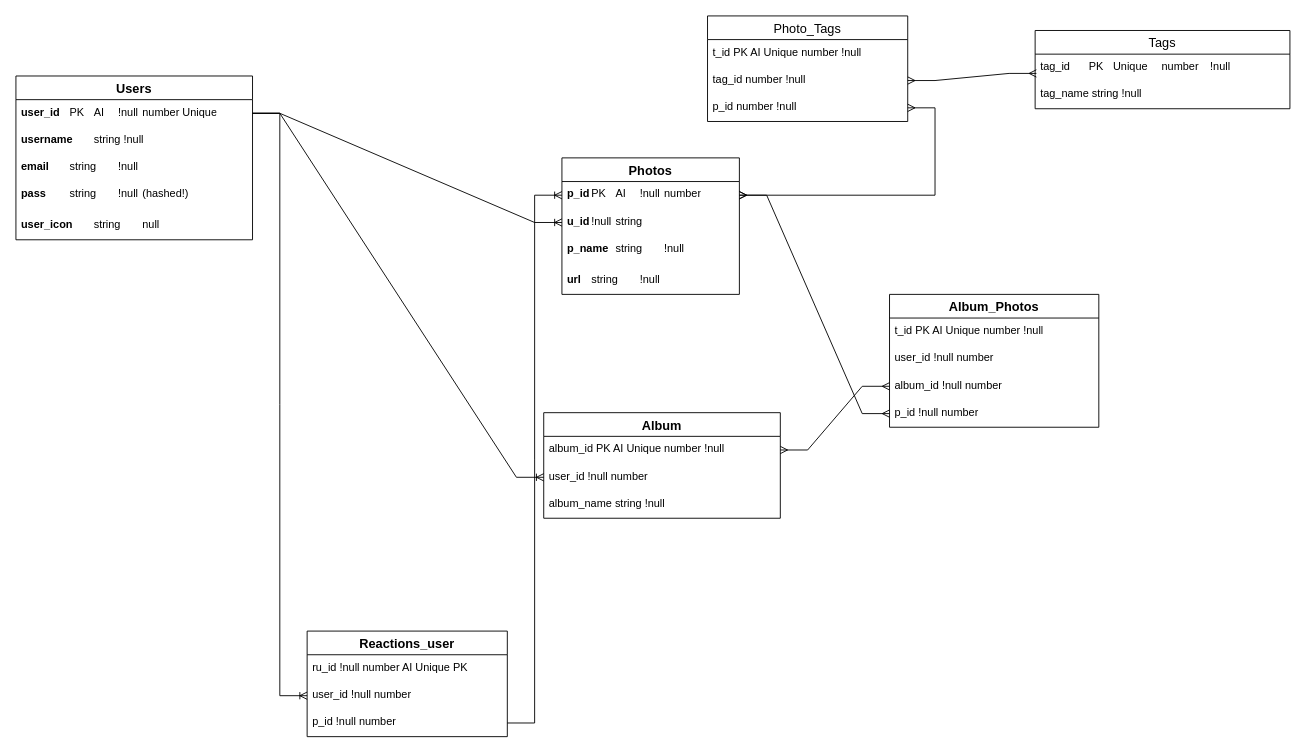
Earlier version of the draw.io diagram m2i_db_diagram.drawio (EsFrost/m2i_projet). Source tidied: cells renumbered, new cells numbered last; positions are measured from the earlier drawing's top-left corner, leaving out a move shared by most shapes. Both pictures are drawn from the tidied source at 91%, with x=0, y=0 at pixel (15, 15).
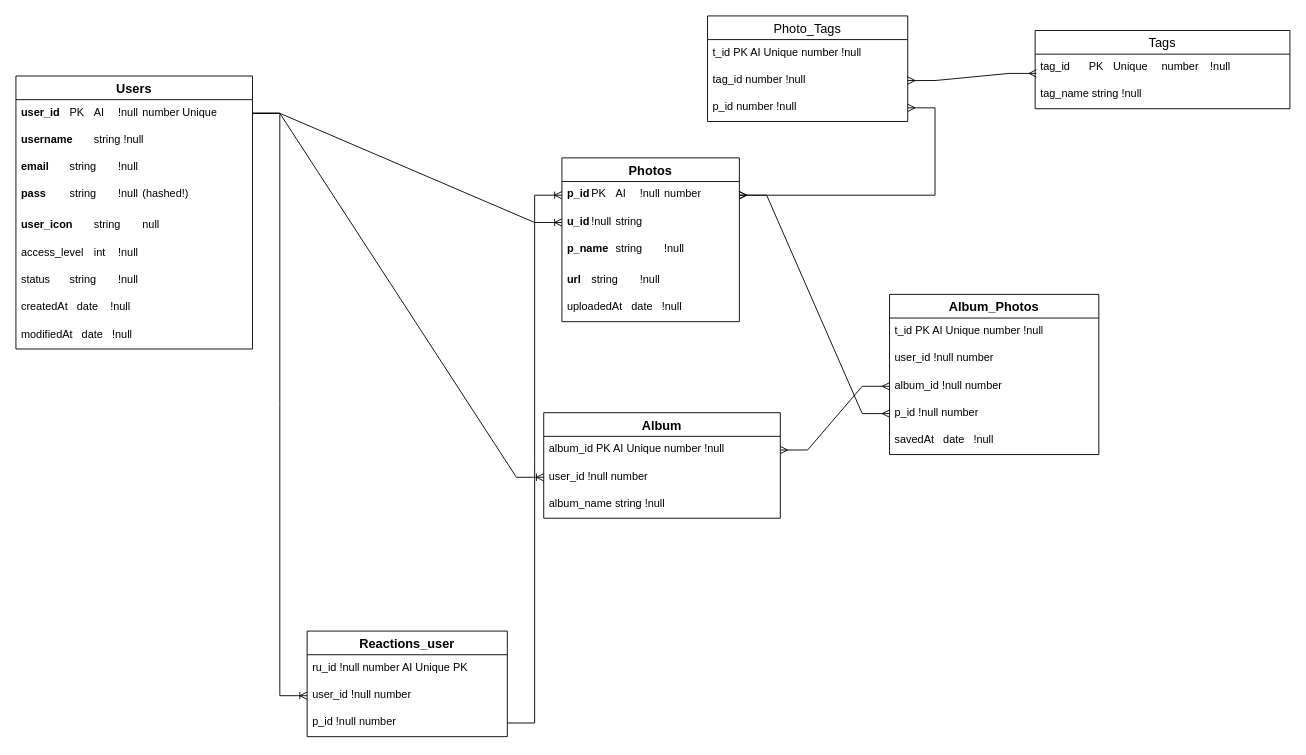
Above is the later version.

Commit message:
Modifications to db diagram

Change to the diagram source:
```diff
@@
     <mxCell id="2" value="Users" style="swimlane;fontStyle=1;horizontal=1;startSize=26;align=center;fontSize=14;" parent="1" vertex="1">
-      <mxGeometry y="66" width="260" height="180" as="geometry" />
+      <mxGeometry y="66" width="260" height="300" as="geometry" />
     </mxCell>
@@
+    <mxCell id="41" value="access_level&lt;span style=&quot;white-space: pre;&quot;&gt;&#9;&lt;/span&gt;int&lt;span style=&quot;white-space: pre;&quot;&gt;&#9;&lt;/span&gt;!null" style="text;strokeColor=none;fillColor=none;spacingLeft=4;spacingRight=4;overflow=hidden;fontSize=12;whiteSpace=wrap;html=1;" parent="2" vertex="1">
+      <mxGeometry y="180" width="260" height="30" as="geometry" />
+    </mxCell>
+    <mxCell id="42" value="status&lt;span style=&quot;white-space: pre;&quot;&gt;&#9;&lt;/span&gt;string&lt;span style=&quot;white-space: pre;&quot;&gt;&#9;&lt;/span&gt;!null" style="text;strokeColor=none;fillColor=none;spacingLeft=4;spacingRight=4;overflow=hidden;fontSize=12;whiteSpace=wrap;html=1;" parent="2" vertex="1">
+      <mxGeometry y="210" width="260" height="30" as="geometry" />
+    </mxCell>
+    <mxCell id="43" value="createdAt&amp;nbsp; &amp;nbsp;date&amp;nbsp; &amp;nbsp; !null" style="text;strokeColor=none;fillColor=none;spacingLeft=4;spacingRight=4;overflow=hidden;fontSize=12;whiteSpace=wrap;html=1;" parent="2" vertex="1">
+      <mxGeometry y="240" width="260" height="30" as="geometry" />
+    </mxCell>
+    <mxCell id="44" value="modifiedAt&amp;nbsp; &amp;nbsp;date&amp;nbsp; &amp;nbsp;!null" style="text;strokeColor=none;fillColor=none;spacingLeft=4;spacingRight=4;overflow=hidden;fontSize=12;whiteSpace=wrap;html=1;" parent="2" vertex="1">
+      <mxGeometry y="270" width="260" height="30" as="geometry" />
+    </mxCell>
     <mxCell id="8" value="Photos" style="swimlane;fontStyle=1;horizontal=1;startSize=26;align=center;fontSize=14;" parent="1" vertex="1">
-      <mxGeometry x="600" y="156" width="195" height="150" as="geometry" />
+      <mxGeometry x="600" y="156" width="195" height="180" as="geometry" />
     </mxCell>
@@
+    <mxCell id="45" value="uploadedAt&amp;nbsp; &amp;nbsp;date&amp;nbsp; &amp;nbsp;!null" style="text;strokeColor=none;fillColor=none;spacingLeft=4;spacingRight=4;overflow=hidden;fontSize=12;whiteSpace=wrap;html=1;" parent="8" vertex="1">
+      <mxGeometry y="150" width="195" height="30" as="geometry" />
+    </mxCell>
@@
     <mxCell id="18" value="Album_Photos" style="swimlane;fontStyle=1;horizontal=1;startSize=26;align=center;fontSize=14;" parent="1" vertex="1">
-      <mxGeometry x="960" y="306" width="230" height="146" as="geometry" />
+      <mxGeometry x="960" y="306" width="230" height="176" as="geometry" />
     </mxCell>
@@
+    <mxCell id="46" value="savedAt&amp;nbsp; &amp;nbsp;date&amp;nbsp; &amp;nbsp;!null" style="text;strokeColor=none;fillColor=none;spacingLeft=4;spacingRight=4;overflow=hidden;fontSize=12;whiteSpace=wrap;html=1;" parent="18" vertex="1">
+      <mxGeometry y="146" width="230" height="30" as="geometry" />
+    </mxCell>
```
